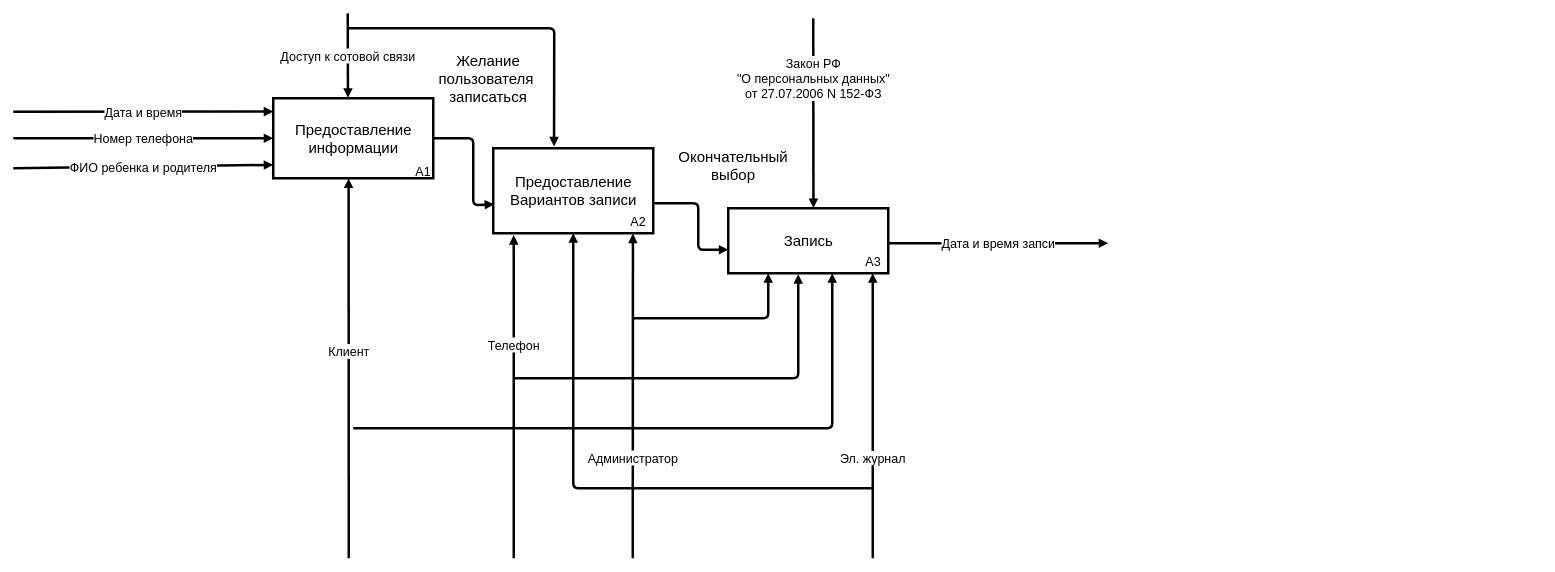
This is As-is2.drawio from kirillgladkih/diplom, a draw.io file, before an edit. Source tidied: cells renumbered, new cells numbered last; positions are measured from the earlier drawing's top-left corner, leaving out a move shared by most shapes. Both pictures are drawn from the tidied source at 50%, with x=0, y=0 at pixel (13, 13).
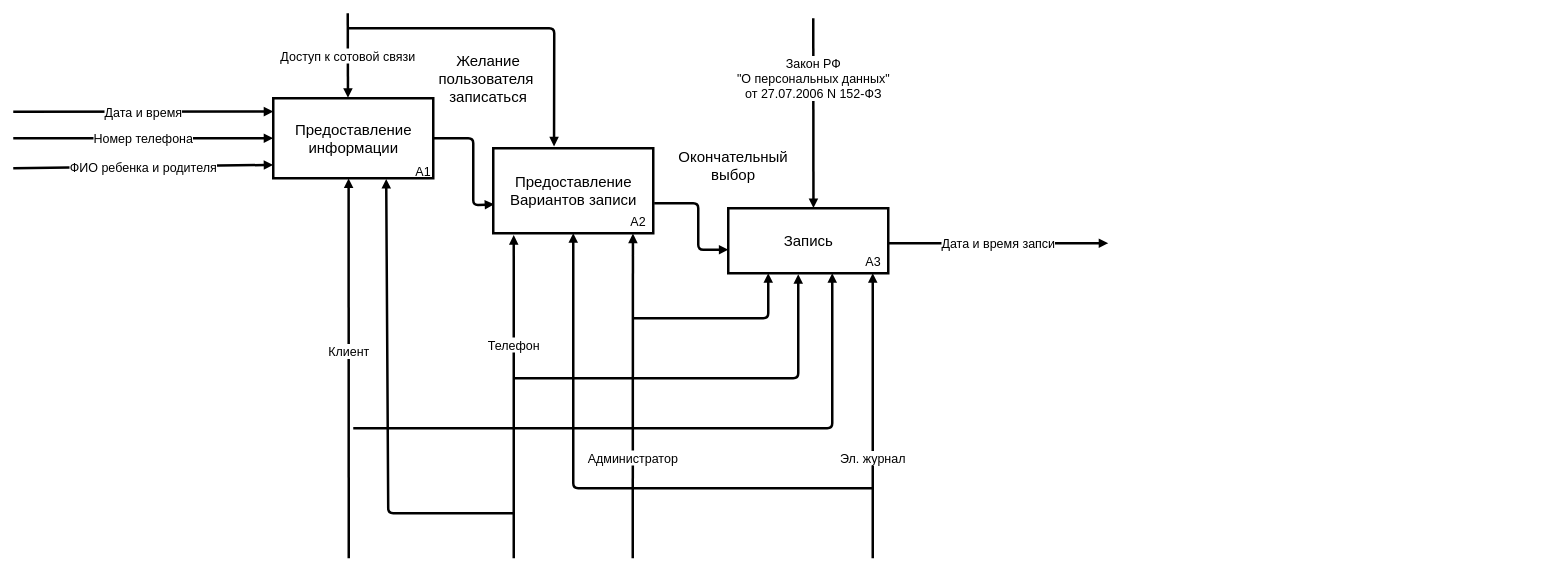
After the change.

The change refers to these unchanged cells:
```xml
<mxCell id="3" value="&lt;font style=&quot;font-size: 30px&quot;&gt;Предоставление&lt;br&gt;информации&lt;br&gt;&lt;/font&gt;" style="html=1;strokeWidth=5;" parent="1" vertex="1">
  <mxGeometry x="520" y="170" width="320" height="160" as="geometry" />
</mxCell>
```

Diff of the diagram source:
```diff
@@
+    <mxCell id="28" style="endArrow=block;endFill=1;endSize=6;html=1;strokeWidth=5;entryX=0.706;entryY=1.01;entryDx=0;entryDy=0;entryPerimeter=0;" parent="1" edge="1" target="3">
+      <mxGeometry relative="1" as="geometry">
+        <mxPoint x="1000" y="1000" as="sourcePoint" />
+        <Array as="points">
+          <mxPoint x="750" y="1000" />
+        </Array>
+      </mxGeometry>
+    </mxCell>
```
